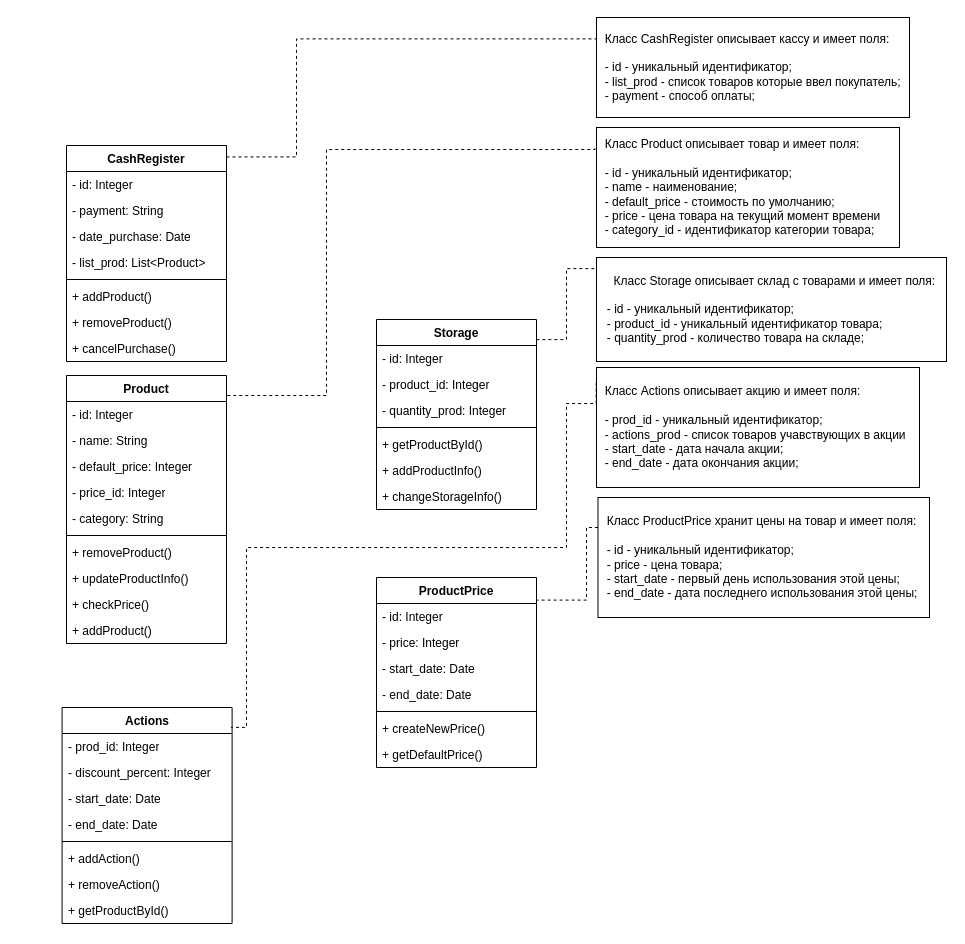
The draw.io diagram Диаграмма без названия.drawio in IlyaSannikow/Machine-learning, before the edit. Source tidied: cells renumbered, new cells numbered last; positions are measured from the earlier drawing's top-left corner, leaving out a move shared by most shapes. Both pictures are drawn from the tidied source at 100%, with x=0, y=0 at pixel (62, 17).
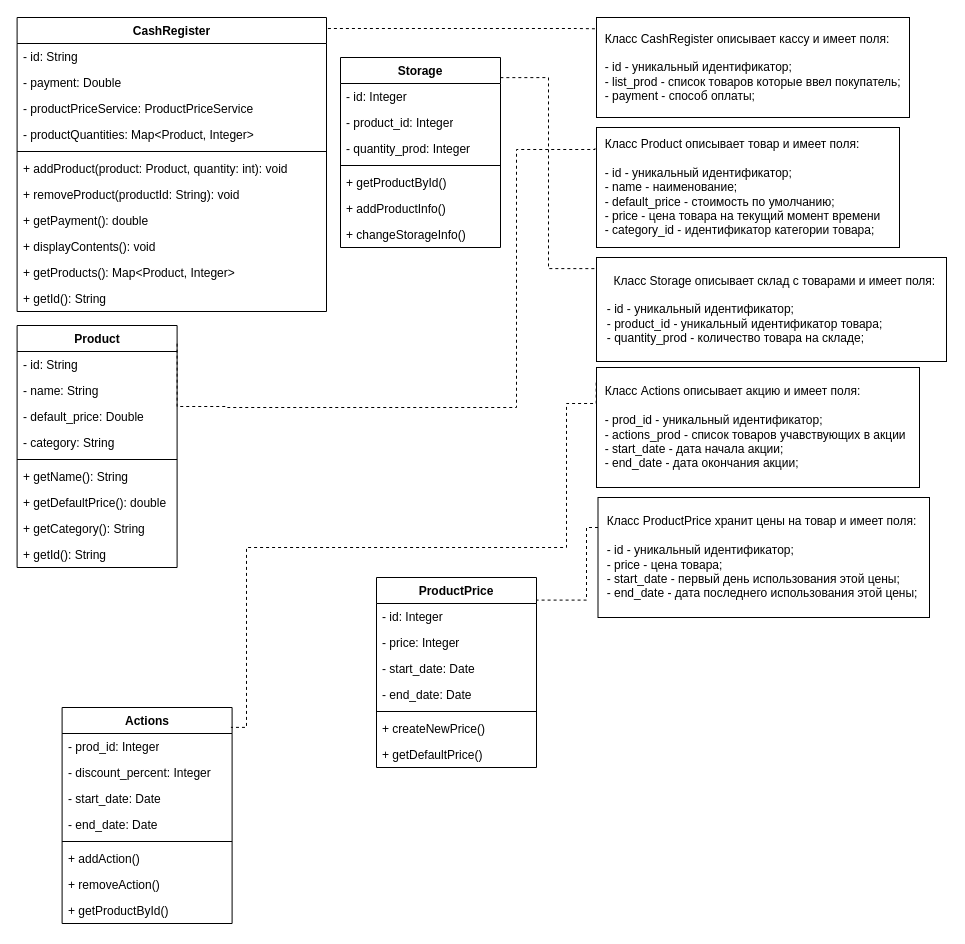
Above is the later version.

Commit message:
Обновил часть таблиц

Unchanged cells that the change refers to:
```xml
<mxCell id="13" value="&amp;nbsp; Класс Product описывает товар и имеет поля:&amp;nbsp;&lt;div&gt;&lt;br&gt;&lt;div&gt;&amp;nbsp; - id - уникальный идентификатор;&lt;/div&gt;&lt;div&gt;&amp;nbsp; - name - наименование;&lt;/div&gt;&lt;div&gt;&amp;nbsp; - default_price - стоимость по умолчанию;&lt;/div&gt;&lt;div&gt;&amp;nbsp; - price - цена товара на текущий момент времени&lt;/div&gt;&lt;div&gt;&amp;nbsp; - category_id - идентификатор категории товара;&lt;/div&gt;&lt;/div&gt;" style="html=1;whiteSpace=wrap;align=left;" parent="1" vertex="1">
  <mxGeometry x="534" y="110" width="303" height="120" as="geometry" />
</mxCell>
<mxCell id="53" value="&amp;nbsp; Класс CashRegister описывает кассу и имеет поля:&amp;nbsp;&lt;div&gt;&lt;br&gt;&lt;div&gt;&amp;nbsp; - id - уникальный идентификатор;&lt;/div&gt;&lt;/div&gt;&lt;div&gt;&amp;nbsp; - list_prod - список товаров которые ввел покупатель;&lt;/div&gt;&lt;div&gt;&amp;nbsp; - payment - способ оплаты;&lt;/div&gt;" style="html=1;whiteSpace=wrap;align=left;" parent="1" vertex="1">
  <mxGeometry x="534" width="313" height="100" as="geometry" />
</mxCell>
```

The edit, as a diff of the source:
```diff
@@
     <mxCell id="2" value="Product" style="swimlane;fontStyle=1;align=center;verticalAlign=top;horizontal=1;startSize=26;whiteSpace=wrap;html=1;" parent="1" vertex="1">
-      <mxGeometry x="4" y="358" width="160" height="268" as="geometry" />
+      <mxGeometry x="-45.4" y="308" width="160" height="242" as="geometry" />
     </mxCell>
-    <mxCell id="3" value="- id: Integer" style="text;strokeColor=none;fillColor=none;align=left;verticalAlign=top;spacingLeft=4;spacingRight=4;overflow=hidden;whiteSpace=wrap;html=1;" parent="2" vertex="1">
+    <mxCell id="3" value="- id: String" style="text;strokeColor=none;fillColor=none;align=left;verticalAlign=top;spacingLeft=4;spacingRight=4;overflow=hidden;whiteSpace=wrap;html=1;" parent="2" vertex="1">
       <mxGeometry y="26" width="160" height="26" as="geometry" />
     </mxCell>
@@
-    <mxCell id="5" value="- default_price: Integer" style="text;strokeColor=none;fillColor=none;align=left;verticalAlign=top;spacingLeft=4;spacingRight=4;overflow=hidden;whiteSpace=wrap;html=1;" parent="2" vertex="1">
+    <mxCell id="5" value="- default_price: Double" style="text;strokeColor=none;fillColor=none;align=left;verticalAlign=top;spacingLeft=4;spacingRight=4;overflow=hidden;whiteSpace=wrap;html=1;" parent="2" vertex="1">
       <mxGeometry y="78" width="160" height="26" as="geometry" />
     </mxCell>
-    <mxCell id="6" value="- price_id: Integer" style="text;strokeColor=none;fillColor=none;align=left;verticalAlign=top;spacingLeft=4;spacingRight=4;overflow=hidden;whiteSpace=wrap;html=1;" parent="2" vertex="1">
-      <mxGeometry y="104" width="160" height="26" as="geometry" />
-    </mxCell>
     <mxCell id="7" value="- category: String" style="text;strokeColor=none;fillColor=none;align=left;verticalAlign=top;spacingLeft=4;spacingRight=4;overflow=hidden;whiteSpace=wrap;html=1;" parent="2" vertex="1">
-      <mxGeometry y="130" width="160" height="26" as="geometry" />
+      <mxGeometry y="104" width="160" height="26" as="geometry" />
     </mxCell>
     <mxCell id="8" style="line;strokeWidth=1;fillColor=none;align=left;verticalAlign=middle;spacingTop=-1;spacingLeft=3;spacingRight=3;labelPosition=right;strokeColor=inherit;" parent="2" vertex="1">
-      <mxGeometry y="156" width="160" height="8" as="geometry" />
+      <mxGeometry y="130" width="160" height="8" as="geometry" />
     </mxCell>
-    <mxCell id="9" value="+ removeProduct()" style="text;strokeColor=none;fillColor=none;align=left;verticalAlign=top;spacingLeft=4;spacingRight=4;overflow=hidden;whiteSpace=wrap;html=1;" parent="2" vertex="1">
-      <mxGeometry y="164" width="160" height="26" as="geometry" />
+    <mxCell id="9" value="+ getName(): String" style="text;strokeColor=none;fillColor=none;align=left;verticalAlign=top;spacingLeft=4;spacingRight=4;overflow=hidden;whiteSpace=wrap;html=1;" parent="2" vertex="1">
+      <mxGeometry y="138" width="160" height="26" as="geometry" />
     </mxCell>
-    <mxCell id="10" value="+ updateProductInfo()" style="text;strokeColor=none;fillColor=none;align=left;verticalAlign=top;spacingLeft=4;spacingRight=4;overflow=hidden;whiteSpace=wrap;html=1;" parent="2" vertex="1">
-      <mxGeometry y="190" width="160" height="26" as="geometry" />
+    <mxCell id="10" value="&lt;div&gt;+ getDefaultPrice(): double&lt;/div&gt;" style="text;strokeColor=none;fillColor=none;align=left;verticalAlign=top;spacingLeft=4;spacingRight=4;overflow=hidden;whiteSpace=wrap;html=1;" parent="2" vertex="1">
+      <mxGeometry y="164" width="160" height="26" as="geometry" />
     </mxCell>
-    <mxCell id="11" value="+ checkPrice()" style="text;strokeColor=none;fillColor=none;align=left;verticalAlign=top;spacingLeft=4;spacingRight=4;overflow=hidden;whiteSpace=wrap;html=1;" parent="2" vertex="1">
-      <mxGeometry y="216" width="160" height="26" as="geometry" />
+    <mxCell id="11" value="&lt;div&gt;+ getCategory(): String&lt;/div&gt;" style="text;strokeColor=none;fillColor=none;align=left;verticalAlign=top;spacingLeft=4;spacingRight=4;overflow=hidden;whiteSpace=wrap;html=1;" parent="2" vertex="1">
+      <mxGeometry y="190" width="160" height="26" as="geometry" />
     </mxCell>
-    <mxCell id="12" value="+ addProduct()" style="text;strokeColor=none;fillColor=none;align=left;verticalAlign=top;spacingLeft=4;spacingRight=4;overflow=hidden;whiteSpace=wrap;html=1;" parent="2" vertex="1">
-      <mxGeometry y="242" width="160" height="26" as="geometry" />
+    <mxCell id="12" value="+ getId(): String" style="text;strokeColor=none;fillColor=none;align=left;verticalAlign=top;spacingLeft=4;spacingRight=4;overflow=hidden;whiteSpace=wrap;html=1;" parent="2" vertex="1">
+      <mxGeometry y="216" width="160" height="26" as="geometry" />
     </mxCell>
@@
     <mxCell id="14" value="Storage" style="swimlane;fontStyle=1;align=center;verticalAlign=top;horizontal=1;startSize=26;whiteSpace=wrap;html=1;" parent="1" vertex="1">
-      <mxGeometry x="314" y="302" width="160" height="190" as="geometry" />
+      <mxGeometry x="278" y="40" width="160" height="190" as="geometry" />
     </mxCell>
@@
     <mxCell id="23" style="edgeStyle=orthogonalEdgeStyle;rounded=0;jettySize=auto;html=1;dashed=1;endArrow=none;endFill=0;exitX=-0.005;exitY=0.173;exitDx=0;exitDy=0;exitPerimeter=0;entryX=1;entryY=0.069;entryDx=0;entryDy=0;entryPerimeter=0;" parent="1" edge="1" source="13" target="2">
       <mxGeometry relative="1" as="geometry">
         <Array as="points">
           <mxPoint x="533" y="132" />
-          <mxPoint x="264" y="132" />
-          <mxPoint x="264" y="378" />
-          <mxPoint x="164" y="378" />
+          <mxPoint x="454" y="132" />
+          <mxPoint x="454" y="390" />
+          <mxPoint x="165" y="390" />
+          <mxPoint x="165" y="389" />
         </Array>
       </mxGeometry>
     </mxCell>
@@
     <mxCell id="36" value="CashRegister" style="swimlane;fontStyle=1;align=center;verticalAlign=top;horizontal=1;startSize=26;whiteSpace=wrap;html=1;" parent="1" vertex="1">
-      <mxGeometry x="4" y="128" width="160" height="216" as="geometry" />
+      <mxGeometry x="-45.4" width="309.4" height="294" as="geometry" />
     </mxCell>
-    <mxCell id="37" value="- id: Integer" style="text;strokeColor=none;fillColor=none;align=left;verticalAlign=top;spacingLeft=4;spacingRight=4;overflow=hidden;whiteSpace=wrap;html=1;" parent="36" vertex="1">
-      <mxGeometry y="26" width="160" height="26" as="geometry" />
+    <mxCell id="37" value="- id: String" style="text;strokeColor=none;fillColor=none;align=left;verticalAlign=top;spacingLeft=4;spacingRight=4;overflow=hidden;whiteSpace=wrap;html=1;" parent="36" vertex="1">
+      <mxGeometry y="26" width="309.4" height="26" as="geometry" />
     </mxCell>
-    <mxCell id="38" value="- payment: String" style="text;strokeColor=none;fillColor=none;align=left;verticalAlign=top;spacingLeft=4;spacingRight=4;overflow=hidden;whiteSpace=wrap;html=1;" parent="36" vertex="1">
-      <mxGeometry y="52" width="160" height="26" as="geometry" />
+    <mxCell id="38" value="- payment: Double" style="text;strokeColor=none;fillColor=none;align=left;verticalAlign=top;spacingLeft=4;spacingRight=4;overflow=hidden;whiteSpace=wrap;html=1;" parent="36" vertex="1">
+      <mxGeometry y="52" width="309.4" height="26" as="geometry" />
     </mxCell>
-    <mxCell id="39" value="- date_purchase: Date" style="text;strokeColor=none;fillColor=none;align=left;verticalAlign=top;spacingLeft=4;spacingRight=4;overflow=hidden;whiteSpace=wrap;html=1;" parent="36" vertex="1">
-      <mxGeometry y="78" width="160" height="26" as="geometry" />
-    </mxCell>
-    <mxCell id="40" value="- list_prod: List&amp;lt;Product&amp;gt;" style="text;strokeColor=none;fillColor=none;align=left;verticalAlign=top;spacingLeft=4;spacingRight=4;overflow=hidden;whiteSpace=wrap;html=1;" parent="36" vertex="1">
-      <mxGeometry y="104" width="160" height="26" as="geometry" />
-    </mxCell>
+    <mxCell id="57" value="-&amp;nbsp;productPriceService: ProductPriceService" style="text;strokeColor=none;fillColor=none;align=left;verticalAlign=top;spacingLeft=4;spacingRight=4;overflow=hidden;whiteSpace=wrap;html=1;" parent="36" vertex="1">
+      <mxGeometry y="78" width="309.4" height="26" as="geometry" />
+    </mxCell>
+    <mxCell id="58" value="&lt;div&gt;- productQuantities: Map&amp;lt;Product, Integer&amp;gt;&lt;/div&gt;&lt;div&gt;&lt;br&gt;&lt;/div&gt;" style="text;strokeColor=none;fillColor=none;align=left;verticalAlign=top;spacingLeft=4;spacingRight=4;overflow=hidden;whiteSpace=wrap;html=1;" parent="36" vertex="1">
+      <mxGeometry y="104" width="309.4" height="26" as="geometry" />
+    </mxCell>
     <mxCell id="41" style="line;strokeWidth=1;fillColor=none;align=left;verticalAlign=middle;spacingTop=-1;spacingLeft=3;spacingRight=3;labelPosition=right;strokeColor=inherit;" parent="36" vertex="1">
-      <mxGeometry y="130" width="160" height="8" as="geometry" />
+      <mxGeometry y="130" width="309.4" height="8" as="geometry" />
     </mxCell>
-    <mxCell id="42" value="+ addProduct()" style="text;strokeColor=none;fillColor=none;align=left;verticalAlign=top;spacingLeft=4;spacingRight=4;overflow=hidden;whiteSpace=wrap;html=1;" parent="36" vertex="1">
-      <mxGeometry y="138" width="160" height="26" as="geometry" />
+    <mxCell id="42" value="&lt;div&gt;+ addProduct(product: Product, quantity: int): void&lt;/div&gt;" style="text;strokeColor=none;fillColor=none;align=left;verticalAlign=top;spacingLeft=4;spacingRight=4;overflow=hidden;whiteSpace=wrap;html=1;" parent="36" vertex="1">
+      <mxGeometry y="138" width="309.4" height="26" as="geometry" />
     </mxCell>
-    <mxCell id="43" value="+ removeProduct()" style="text;strokeColor=none;fillColor=none;align=left;verticalAlign=top;spacingLeft=4;spacingRight=4;overflow=hidden;whiteSpace=wrap;html=1;" parent="36" vertex="1">
-      <mxGeometry y="164" width="160" height="26" as="geometry" />
+    <mxCell id="43" value="&lt;div&gt;+ removeProduct(productId: String): void&lt;/div&gt;" style="text;strokeColor=none;fillColor=none;align=left;verticalAlign=top;spacingLeft=4;spacingRight=4;overflow=hidden;whiteSpace=wrap;html=1;" parent="36" vertex="1">
+      <mxGeometry y="164" width="309.4" height="26" as="geometry" />
     </mxCell>
-    <mxCell id="44" value="+ cancelPurchase()" style="text;strokeColor=none;fillColor=none;align=left;verticalAlign=top;spacingLeft=4;spacingRight=4;overflow=hidden;whiteSpace=wrap;html=1;" parent="36" vertex="1">
-      <mxGeometry y="190" width="160" height="26" as="geometry" />
+    <mxCell id="44" value="&lt;div&gt;+ getPayment(): double&lt;/div&gt;" style="text;strokeColor=none;fillColor=none;align=left;verticalAlign=top;spacingLeft=4;spacingRight=4;overflow=hidden;whiteSpace=wrap;html=1;" parent="36" vertex="1">
+      <mxGeometry y="190" width="309.4" height="26" as="geometry" />
     </mxCell>
+    <mxCell id="59" value="&lt;div&gt;+ displayContents(): void&lt;/div&gt;&lt;div&gt;&lt;br&gt;&lt;/div&gt;" style="text;strokeColor=none;fillColor=none;align=left;verticalAlign=top;spacingLeft=4;spacingRight=4;overflow=hidden;whiteSpace=wrap;html=1;" parent="36" vertex="1">
+      <mxGeometry y="216" width="309.4" height="26" as="geometry" />
+    </mxCell>
+    <mxCell id="60" value="&lt;div&gt;+ getProducts(): Map&amp;lt;Product, Integer&amp;gt;&amp;nbsp;&lt;/div&gt;" style="text;strokeColor=none;fillColor=none;align=left;verticalAlign=top;spacingLeft=4;spacingRight=4;overflow=hidden;whiteSpace=wrap;html=1;" parent="36" vertex="1">
+      <mxGeometry y="242" width="309.4" height="26" as="geometry" />
+    </mxCell>
+    <mxCell id="61" value="&lt;div&gt;+ getId(): String&lt;/div&gt;" style="text;strokeColor=none;fillColor=none;align=left;verticalAlign=top;spacingLeft=4;spacingRight=4;overflow=hidden;whiteSpace=wrap;html=1;" parent="36" vertex="1">
+      <mxGeometry y="268" width="309.4" height="26" as="geometry" />
+    </mxCell>
@@
-    <mxCell id="54" style="edgeStyle=orthogonalEdgeStyle;rounded=0;jettySize=auto;html=1;entryX=0;entryY=0.214;entryDx=0;entryDy=0;endArrow=none;endFill=0;dashed=1;exitX=1;exitY=0.053;exitDx=0;exitDy=0;exitPerimeter=0;entryPerimeter=0;" parent="1" edge="1" source="36" target="53">
+    <mxCell id="54" style="edgeStyle=orthogonalEdgeStyle;rounded=0;jettySize=auto;html=1;entryX=-0.001;entryY=0.113;entryDx=0;entryDy=0;endArrow=none;endFill=0;dashed=1;exitX=1;exitY=0.053;exitDx=0;exitDy=0;exitPerimeter=0;entryPerimeter=0;" parent="1" edge="1" source="36" target="53">
       <mxGeometry relative="1" as="geometry">
         <Array as="points">
-          <mxPoint x="234" y="139" />
-          <mxPoint x="234" y="21" />
+          <mxPoint x="514" y="11" />
+          <mxPoint x="532" y="11" />
         </Array>
       </mxGeometry>
     </mxCell>
```
